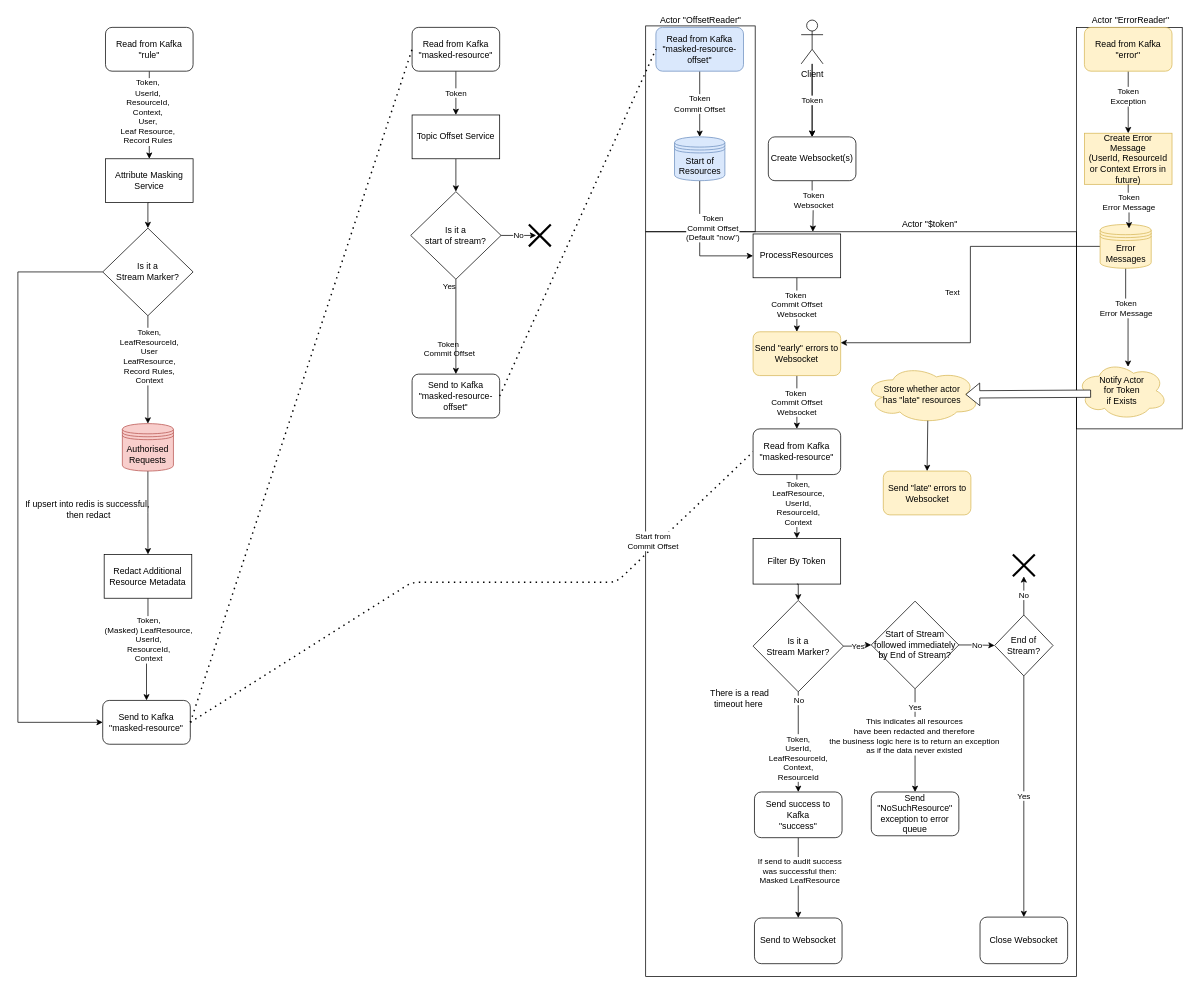
gchq/Palisade-services keeps this draw.io diagram as filtered-resource-service/doc/Filtered-Resource-Service-ML.drawio. Above is the earlier version. Source tidied: cells renumbered, new cells numbered last; positions are measured from the earlier drawing's top-left corner, leaving out a move shared by most shapes. Both pictures are drawn from the tidied source at 73%, with x=0, y=0 at pixel (18, 12).
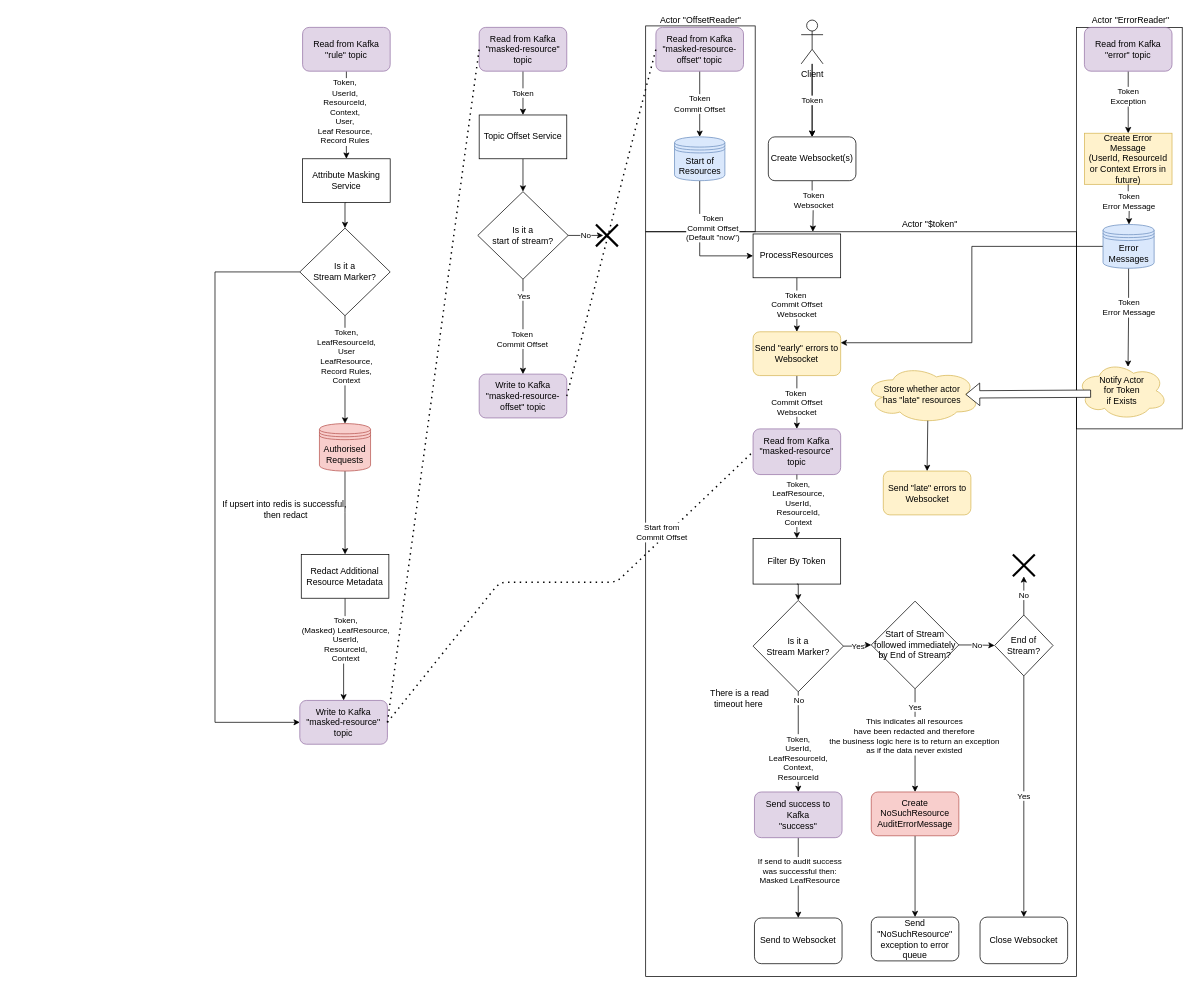
After the change.

Commit message (it also covers changes not shown here):
PAL-1091 updated FRS drawio and png

The change refers to these unchanged cells:
```xml
<mxCell id="26" value="&lt;br&gt;&lt;br&gt;" style="edgeStyle=orthogonalEdgeStyle;rounded=0;jettySize=auto;html=1;exitX=0.5;exitY=1;exitDx=0;exitDy=0;" parent="1" edge="1" source="24" target="25">
  <mxGeometry relative="1" as="geometry" />
</mxCell>
<mxCell id="65" value="Create Error Message&lt;br&gt;(UserId, ResourceId or Context Errors in future)" style="rounded=0;whiteSpace=wrap;html=1;fillColor=#fff2cc;strokeColor=#d6b656;" parent="1" vertex="1">
  <mxGeometry x="1461" y="165" width="120" height="70" as="geometry" />
</mxCell>
<mxCell id="76" style="edgeStyle=orthogonalEdgeStyle;rounded=0;jettySize=auto;html=1;exitX=0;exitY=0.5;exitDx=0;exitDy=0;entryX=1;entryY=0.25;entryDx=0;entryDy=0;" parent="1" edge="1" source="78" target="67">
  <mxGeometry relative="1" as="geometry" />
</mxCell>
<mxCell id="91" value="Start of Stream followed immediately by End of Stream?" style="rhombus;whiteSpace=wrap;html=1;" parent="1" vertex="1">
  <mxGeometry x="1169" y="806" width="120" height="120" as="geometry" />
</mxCell>
```

Diff of the diagram source:
```diff
@@
     <mxCell id="6" value="Attribute Masking Service" style="rounded=0;whiteSpace=wrap;html=1;" parent="1" vertex="1">
-      <mxGeometry x="120" y="200" width="120" height="60" as="geometry" />
+      <mxGeometry x="390" y="200" width="120" height="60" as="geometry" />
     </mxCell>
@@
-    <mxCell id="9" value="&lt;div&gt;Read from Kafka&lt;/div&gt;&lt;div&gt;&quot;rule&quot;&lt;br&gt;&lt;/div&gt;" style="rounded=1;whiteSpace=wrap;html=1;" parent="1" vertex="1">
-      <mxGeometry x="120" y="20" width="120" height="60" as="geometry" />
+    <mxCell id="9" value="&lt;div&gt;Read from Kafka&lt;/div&gt;&lt;div&gt;&quot;rule&quot; topic&lt;br&gt;&lt;/div&gt;" style="rounded=1;whiteSpace=wrap;html=1;fillColor=#e1d5e7;strokeColor=#9673a6;" parent="1" vertex="1">
+      <mxGeometry x="390" y="20" width="120" height="60" as="geometry" />
     </mxCell>
     <mxCell id="10" style="edgeStyle=orthogonalEdgeStyle;rounded=0;jettySize=auto;html=1;exitX=0;exitY=0.5;exitDx=0;exitDy=0;entryX=0;entryY=0.5;entryDx=0;entryDy=0;" parent="1" edge="1" source="13" target="14">
       <mxGeometry relative="1" as="geometry">
         <Array as="points">
-          <mxPoint y="355" />
-          <mxPoint y="972" />
+          <mxPoint x="270" y="355" />
+          <mxPoint x="270" y="972" />
         </Array>
       </mxGeometry>
     </mxCell>
@@
     <mxCell id="13" value="Is it a &lt;br&gt;Stream Marker?" style="rhombus;whiteSpace=wrap;html=1;" parent="1" vertex="1">
-      <mxGeometry x="116.2" y="295" width="123.8" height="120" as="geometry" />
+      <mxGeometry x="386.2" y="295" width="123.8" height="120" as="geometry" />
     </mxCell>
-    <mxCell id="14" value="&lt;div&gt;Send to Kafka&lt;/div&gt;&lt;div&gt;&quot;masked-resource&quot;&lt;br&gt;&lt;/div&gt;" style="rounded=1;whiteSpace=wrap;html=1;" parent="1" vertex="1">
-      <mxGeometry x="116.2" y="942" width="120" height="60" as="geometry" />
+    <mxCell id="14" value="&lt;div&gt;Write to Kafka&lt;/div&gt;&lt;div&gt;&quot;masked-resource&quot; topic&lt;br&gt;&lt;/div&gt;" style="rounded=1;whiteSpace=wrap;html=1;fillColor=#e1d5e7;strokeColor=#9673a6;" parent="1" vertex="1">
+      <mxGeometry x="386.2" y="942" width="120" height="60" as="geometry" />
     </mxCell>
@@
     <mxCell id="17" value="Redact Additional Resource Metadata" style="rounded=0;whiteSpace=wrap;html=1;" parent="1" vertex="1">
-      <mxGeometry x="118.2" y="742" width="120" height="60" as="geometry" />
+      <mxGeometry x="388.2" y="742" width="120" height="60" as="geometry" />
     </mxCell>
@@
-    <mxCell id="19" value="&lt;div&gt;Read from Kafka&lt;/div&gt;&lt;div&gt;&quot;masked-resource&quot;&lt;br&gt;&lt;/div&gt;" style="rounded=1;whiteSpace=wrap;html=1;" parent="1" vertex="1">
-      <mxGeometry x="540" y="20" width="120" height="60" as="geometry" />
+    <mxCell id="19" value="&lt;div&gt;Read from Kafka&lt;/div&gt;&lt;div&gt;&quot;masked-resource&quot; topic&lt;br&gt;&lt;/div&gt;" style="rounded=1;whiteSpace=wrap;html=1;fillColor=#e1d5e7;strokeColor=#9673a6;" parent="1" vertex="1">
+      <mxGeometry x="631.9" y="20" width="120" height="60" as="geometry" />
     </mxCell>
@@
     <mxCell id="22" value="Topic Offset Service" style="rounded=0;whiteSpace=wrap;html=1;" parent="1" vertex="1">
-      <mxGeometry x="540" y="140" width="120" height="60" as="geometry" />
+      <mxGeometry x="631.9" y="140" width="120" height="60" as="geometry" />
     </mxCell>
     <mxCell id="23" value="No" style="edgeStyle=orthogonalEdgeStyle;rounded=0;jettySize=auto;html=1;exitX=1;exitY=0.5;exitDx=0;exitDy=0;entryX=0.333;entryY=0.4;entryDx=0;entryDy=0;entryPerimeter=0;" parent="1" edge="1" source="24">
       <mxGeometry relative="1" as="geometry">
-        <mxPoint x="710" y="305" as="targetPoint" />
+        <mxPoint x="801.9" y="305" as="targetPoint" />
       </mxGeometry>
     </mxCell>
     <mxCell id="24" value="Is it a &lt;br&gt;start of stream?" style="rhombus;whiteSpace=wrap;html=1;" parent="1" vertex="1">
-      <mxGeometry x="538.1" y="245" width="123.8" height="120" as="geometry" />
+      <mxGeometry x="630" y="245" width="123.8" height="120" as="geometry" />
     </mxCell>
-    <mxCell id="25" value="&lt;div&gt;Send to Kafka&lt;/div&gt;&lt;div&gt;&quot;masked-resource-offset&quot;&lt;br&gt;&lt;/div&gt;" style="rounded=1;whiteSpace=wrap;html=1;" parent="1" vertex="1">
-      <mxGeometry x="540" y="495" width="120" height="60" as="geometry" />
+    <mxCell id="25" value="&lt;div&gt;Write to Kafka&lt;/div&gt;&lt;div&gt;&quot;masked-resource-offset&quot; topic&lt;br&gt;&lt;/div&gt;" style="rounded=1;whiteSpace=wrap;html=1;fillColor=#e1d5e7;strokeColor=#9673a6;" parent="1" vertex="1">
+      <mxGeometry x="631.9" y="495" width="120" height="60" as="geometry" />
     </mxCell>
@@
-    <mxCell id="27" value="Yes&lt;br&gt;&lt;br&gt;&lt;br&gt;&lt;br&gt;&lt;br&gt;&lt;br&gt;Token&amp;nbsp;&lt;br&gt;Commit Offset" style="edgeLabel;html=1;align=center;verticalAlign=middle;labelBackgroundColor=none;" parent="26" vertex="1">
-      <mxGeometry x="-0.29" y="1" relative="1" as="geometry">
-        <mxPoint x="-11" y="9" as="offset" />
-      </mxGeometry>
-    </mxCell>
+    <mxCell id="94" value="Yes" style="edgeLabel;html=1;align=center;verticalAlign=middle;" parent="26" vertex="1">
+      <mxGeometry x="-0.66" y="1" relative="1" as="geometry" />
+    </mxCell>
+    <mxCell id="95" value="Token&lt;br&gt;Commit Offset" style="edgeLabel;html=1;align=center;verticalAlign=middle;" parent="26" vertex="1">
+      <mxGeometry x="0.25" y="-1" relative="1" as="geometry" />
+    </mxCell>
@@
-    <mxCell id="29" value="&lt;div&gt;Read from Kafka&lt;/div&gt;&lt;div&gt;&quot;masked-resource-offset&quot;&lt;br&gt;&lt;/div&gt;" style="rounded=1;whiteSpace=wrap;html=1;fillColor=#dae8fc;strokeColor=#6c8ebf;" parent="1" vertex="1">
+    <mxCell id="29" value="&lt;div&gt;Read from Kafka&lt;/div&gt;&lt;div&gt;&quot;masked-resource-offset&quot; topic&lt;br&gt;&lt;/div&gt;" style="rounded=1;whiteSpace=wrap;html=1;fillColor=#e1d5e7;strokeColor=#9673a6;" parent="1" vertex="1">
       <mxGeometry x="874" y="20" width="120" height="60" as="geometry" />
     </mxCell>
@@
     <mxCell id="31" style="endArrow=none;dashed=1;html=1;dashPattern=1 3;strokeWidth=2;exitX=1;exitY=0.5;exitDx=0;exitDy=0;entryX=0;entryY=0.5;entryDx=0;entryDy=0;" parent="1" edge="1" source="14" target="35">
       <mxGeometry relative="1" as="geometry">
         <Array as="points">
-          <mxPoint x="540" y="780" />
+          <mxPoint x="660" y="780" />
           <mxPoint x="820" y="780" />
         </Array>
       </mxGeometry>
     </mxCell>
@@
     <mxCell id="34" value="Authorised Requests" style="shape=datastore;whiteSpace=wrap;html=1;fillColor=#f8cecc;strokeColor=#b85450;" parent="1" vertex="1">
-      <mxGeometry x="143.1" y="562.8" width="70" height="65" as="geometry" />
+      <mxGeometry x="413.1" y="562.8" width="70" height="65" as="geometry" />
     </mxCell>
-    <mxCell id="35" value="&lt;div&gt;Read from Kafka&lt;/div&gt;&lt;div&gt;&quot;masked-resource&quot;&lt;br&gt;&lt;/div&gt;" style="rounded=1;whiteSpace=wrap;html=1;" parent="1" vertex="1">
+    <mxCell id="35" value="&lt;div&gt;Read from Kafka&lt;/div&gt;&lt;div&gt;&quot;masked-resource&quot; topic&lt;br&gt;&lt;/div&gt;" style="rounded=1;whiteSpace=wrap;html=1;fillColor=#e1d5e7;strokeColor=#9673a6;" parent="1" vertex="1">
       <mxGeometry x="1007.1" y="570" width="120" height="62.6" as="geometry" />
     </mxCell>
@@
-    <mxCell id="48" value="&lt;div&gt;Send success to Kafka&lt;/div&gt;&lt;div&gt;&quot;success&quot;&lt;br&gt;&lt;/div&gt;" style="rounded=1;whiteSpace=wrap;html=1;" parent="1" vertex="1">
+    <mxCell id="48" value="&lt;div&gt;Send success to Kafka&lt;/div&gt;&lt;div&gt;&quot;success&quot;&lt;br&gt;&lt;/div&gt;" style="rounded=1;whiteSpace=wrap;html=1;fillColor=#e1d5e7;strokeColor=#9673a6;" parent="1" vertex="1">
       <mxGeometry x="1009" y="1067.4" width="120" height="62.6" as="geometry" />
     </mxCell>
@@
     <mxCell id="50" value="If upsert into redis is successful,&lt;br&gt;&amp;nbsp;then redact" style="text;html=1;align=center;verticalAlign=middle;" parent="1" vertex="1">
-      <mxGeometry y="665" width="190" height="30" as="geometry" />
+      <mxGeometry x="270" y="665" width="190" height="30" as="geometry" />
     </mxCell>
@@
-    <mxCell id="58" value="Read from Kafka&lt;br&gt;&quot;error&quot;" style="rounded=1;whiteSpace=wrap;html=1;fillColor=#fff2cc;strokeColor=#d6b656;" parent="1" vertex="1">
+    <mxCell id="58" value="Read from Kafka&lt;br&gt;&quot;error&quot; topic" style="rounded=1;whiteSpace=wrap;html=1;fillColor=#e1d5e7;strokeColor=#9673a6;" parent="1" vertex="1">
       <mxGeometry x="1461" y="20" width="120" height="60" as="geometry" />
     </mxCell>
@@
     <mxCell id="75" style="shape=umlDestroy;whiteSpace=wrap;html=1;strokeWidth=3;" parent="1" vertex="1">
-      <mxGeometry x="700" y="290" width="30" height="30" as="geometry" />
+      <mxGeometry x="791.9" y="290" width="30" height="30" as="geometry" />
     </mxCell>
@@
-    <mxCell id="77" value="Text" style="edgeLabel;html=1;align=center;verticalAlign=middle;" parent="76" vertex="1">
-      <mxGeometry x="-0.29" y="31" relative="1" as="geometry">
-        <mxPoint x="-30" y="31" as="offset" />
-      </mxGeometry>
-    </mxCell>
-    <mxCell id="78" value="Error Messages" style="shape=datastore;whiteSpace=wrap;html=1;rounded=1;fillColor=#fff2cc;strokeColor=#d6b656;" parent="1" vertex="1">
-      <mxGeometry x="1482.5" y="290" width="70" height="60" as="geometry" />
+    <mxCell id="78" value="Error Messages" style="shape=datastore;whiteSpace=wrap;html=1;rounded=1;fillColor=#dae8fc;strokeColor=#6c8ebf;" parent="1" vertex="1">
+      <mxGeometry x="1486.5" y="290" width="70" height="60" as="geometry" />
     </mxCell>
-    <mxCell id="79" style="edgeStyle=orthogonalEdgeStyle;rounded=0;jettySize=auto;html=1;exitX=0.5;exitY=1;exitDx=0;exitDy=0;entryX=0.566;entryY=0.09;entryDx=0;entryDy=0;entryPerimeter=0;" parent="1" edge="1" source="65" target="78">
-      <mxGeometry relative="1" as="geometry" />
+    <mxCell id="79" style="edgeStyle=orthogonalEdgeStyle;rounded=0;jettySize=auto;html=1;exitX=0.5;exitY=1;exitDx=0;exitDy=0;" parent="1" edge="1" source="65">
+      <mxGeometry relative="1" as="geometry">
+        <mxPoint x="1522" y="290" as="targetPoint" />
+      </mxGeometry>
     </mxCell>
@@
-    <mxCell id="88" style="edgeStyle=orthogonalEdgeStyle;rounded=0;jettySize=auto;html=1;exitX=0.5;exitY=1;exitDx=0;exitDy=0;entryX=0.5;entryY=0;entryDx=0;entryDy=0;" parent="1" edge="1" source="91" target="93">
-      <mxGeometry relative="1" as="geometry">
-        <Array as="points">
-          <mxPoint x="1229" y="990" />
-          <mxPoint x="1229" y="990" />
-        </Array>
-      </mxGeometry>
-    </mxCell>
-    <mxCell id="89" value="Yes" style="edgeLabel;html=1;align=center;verticalAlign=middle;" parent="88" vertex="1">
-      <mxGeometry x="-0.09" y="-4" relative="1" as="geometry">
-        <mxPoint x="3" y="-40" as="offset" />
-      </mxGeometry>
-    </mxCell>
-    <mxCell id="90" value="This indicates all resources&lt;br&gt;have been redacted and therefore&lt;br&gt;the business logic here is to return an exception&lt;br&gt;as if the data never existed" style="edgeLabel;html=1;align=center;verticalAlign=middle;" parent="88" vertex="1">
-      <mxGeometry x="-0.66" y="-2" relative="1" as="geometry">
-        <mxPoint y="40" as="offset" />
-      </mxGeometry>
-    </mxCell>
@@
+    <mxCell id="96" style="edgeStyle=orthogonalEdgeStyle;rounded=0;jettySize=auto;html=1;exitX=0.5;exitY=1;exitDx=0;exitDy=0;entryX=0.5;entryY=0;entryDx=0;entryDy=0;" parent="1" edge="1" target="99">
+      <mxGeometry relative="1" as="geometry">
+        <mxPoint x="1229" y="926" as="sourcePoint" />
+        <Array as="points">
+          <mxPoint x="1229" y="990" />
+          <mxPoint x="1229" y="990" />
+        </Array>
+      </mxGeometry>
+    </mxCell>
+    <mxCell id="97" value="Yes" style="edgeLabel;html=1;align=center;verticalAlign=middle;" parent="96" vertex="1">
+      <mxGeometry x="-0.09" y="-4" relative="1" as="geometry">
+        <mxPoint x="3" y="-40" as="offset" />
+      </mxGeometry>
+    </mxCell>
+    <mxCell id="90" value="This indicates all resources&lt;br&gt;have been redacted and therefore&lt;br&gt;the business logic here is to return an exception&lt;br&gt;as if the data never existed" style="edgeLabel;html=1;align=center;verticalAlign=middle;" parent="96" vertex="1">
+      <mxGeometry x="-0.66" y="-2" relative="1" as="geometry">
+        <mxPoint y="40" as="offset" />
+      </mxGeometry>
+    </mxCell>
+    <mxCell id="98" style="edgeStyle=orthogonalEdgeStyle;rounded=0;jettySize=auto;html=1;exitX=0.5;exitY=1;exitDx=0;exitDy=0;" parent="1" edge="1" source="99" target="93">
+      <mxGeometry relative="1" as="geometry" />
+    </mxCell>
+    <mxCell id="99" value="Create NoSuchResource AuditErrorMessage" style="rounded=1;whiteSpace=wrap;html=1;fillColor=#f8cecc;strokeColor=#b85450;" parent="1" vertex="1">
+      <mxGeometry x="1169" y="1067.4" width="120" height="60" as="geometry" />
+    </mxCell>
     <mxCell id="93" value="Send &quot;NoSuchResource&quot; exception to error queue" style="rounded=1;whiteSpace=wrap;html=1;" parent="1" vertex="1">
-      <mxGeometry x="1169" y="1067.4" width="120" height="60" as="geometry" />
+      <mxGeometry x="1169" y="1238.8" width="120" height="60" as="geometry" />
     </mxCell>
```
